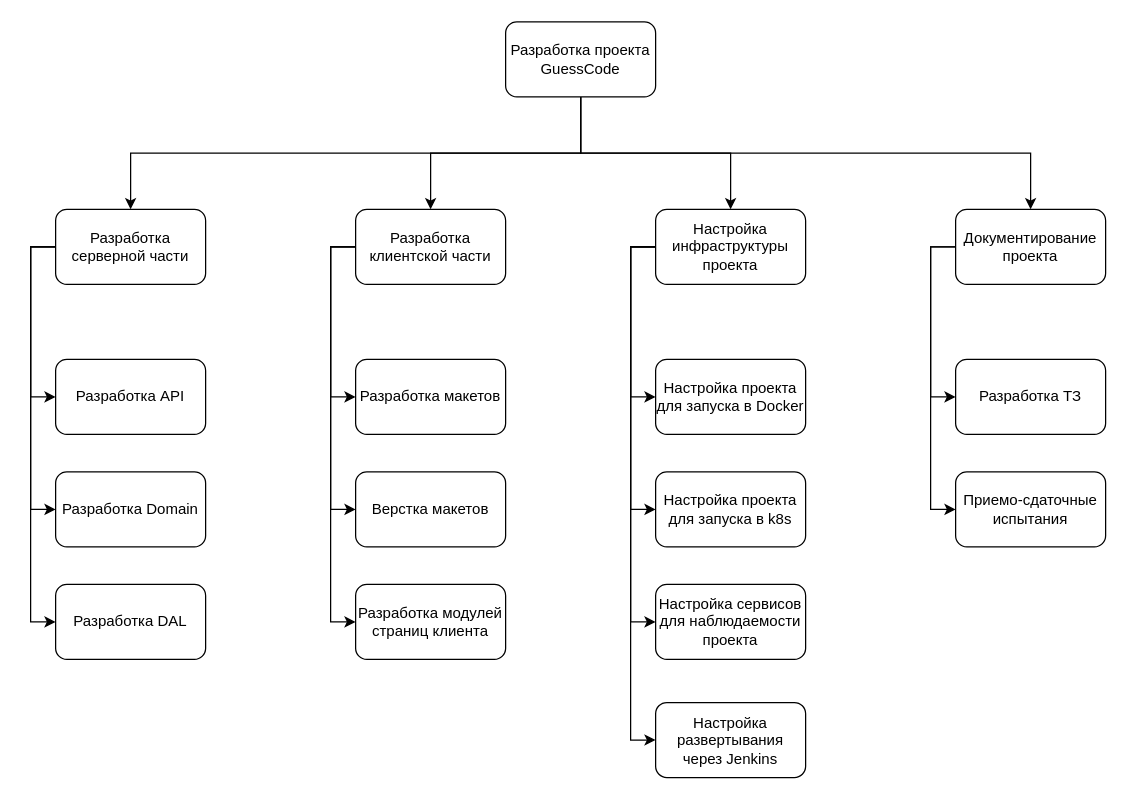
The draw.io diagram doc/Иерархическая структура работ.drawio in c-v-r-s-x-d/GuessCode, before the edit. Source tidied: cells renumbered, new cells numbered last; positions are measured from the earlier drawing's top-left corner, leaving out a move shared by most shapes. Both pictures are drawn from the tidied source at 125%, with x=0, y=0 at pixel (55, 21).
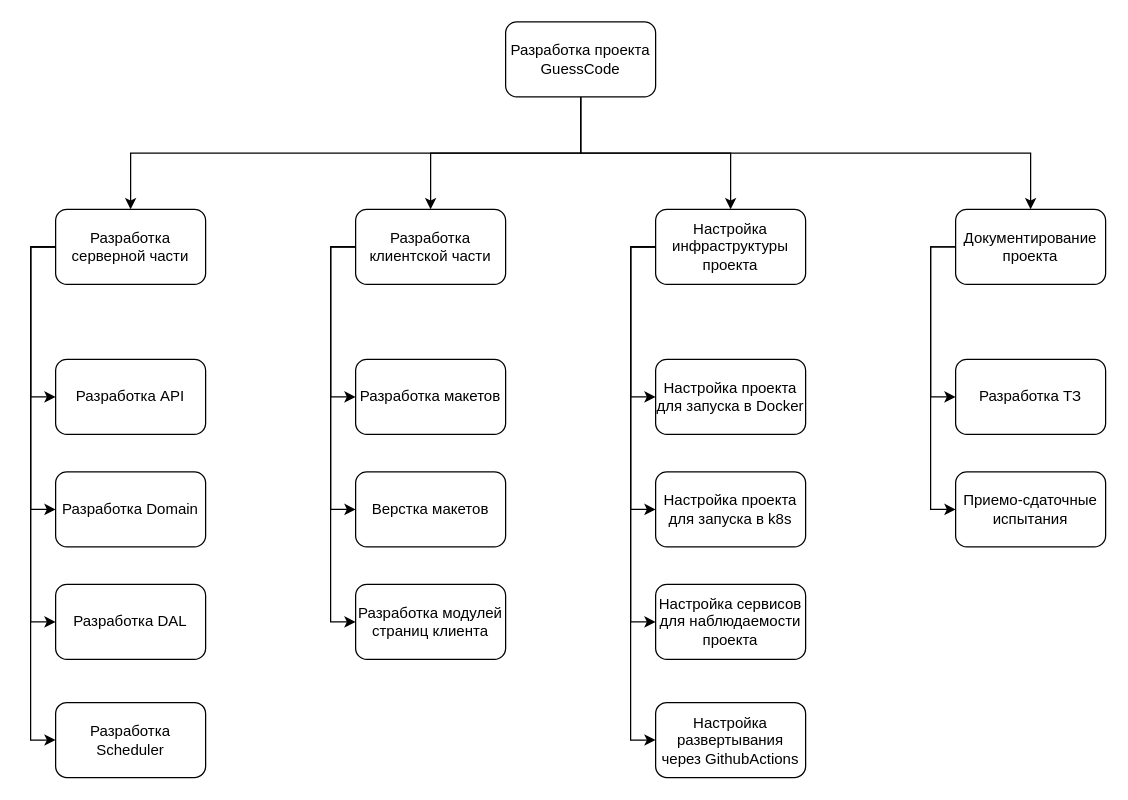
After the change.

The change refers to these unchanged cells:
```xml
<mxCell id="10" value="Разработка серверной части" style="rounded=1;whiteSpace=wrap;html=1;" parent="1" vertex="1">
  <mxGeometry y="150" width="120" height="60" as="geometry" />
</mxCell>
```

Change to the diagram source:
```diff
@@
+    <mxCell id="35" style="edgeStyle=orthogonalEdgeStyle;rounded=0;jettySize=auto;html=1;exitX=0;exitY=0.5;exitDx=0;exitDy=0;entryX=0;entryY=0.5;entryDx=0;entryDy=0;" parent="1" edge="1" source="10" target="36">
+      <mxGeometry relative="1" as="geometry" />
+    </mxCell>
@@
-    <mxCell id="34" value="Настройка развертывания через Jenkins" style="rounded=1;whiteSpace=wrap;html=1;" parent="1" vertex="1">
+    <mxCell id="34" value="Настройка развертывания через GithubActions" style="rounded=1;whiteSpace=wrap;html=1;" parent="1" vertex="1">
       <mxGeometry x="480" y="544.5" width="120" height="60" as="geometry" />
     </mxCell>
+    <mxCell id="36" value="Разработка Scheduler" style="rounded=1;whiteSpace=wrap;html=1;" parent="1" vertex="1">
+      <mxGeometry y="544.5" width="120" height="60" as="geometry" />
+    </mxCell>
```
